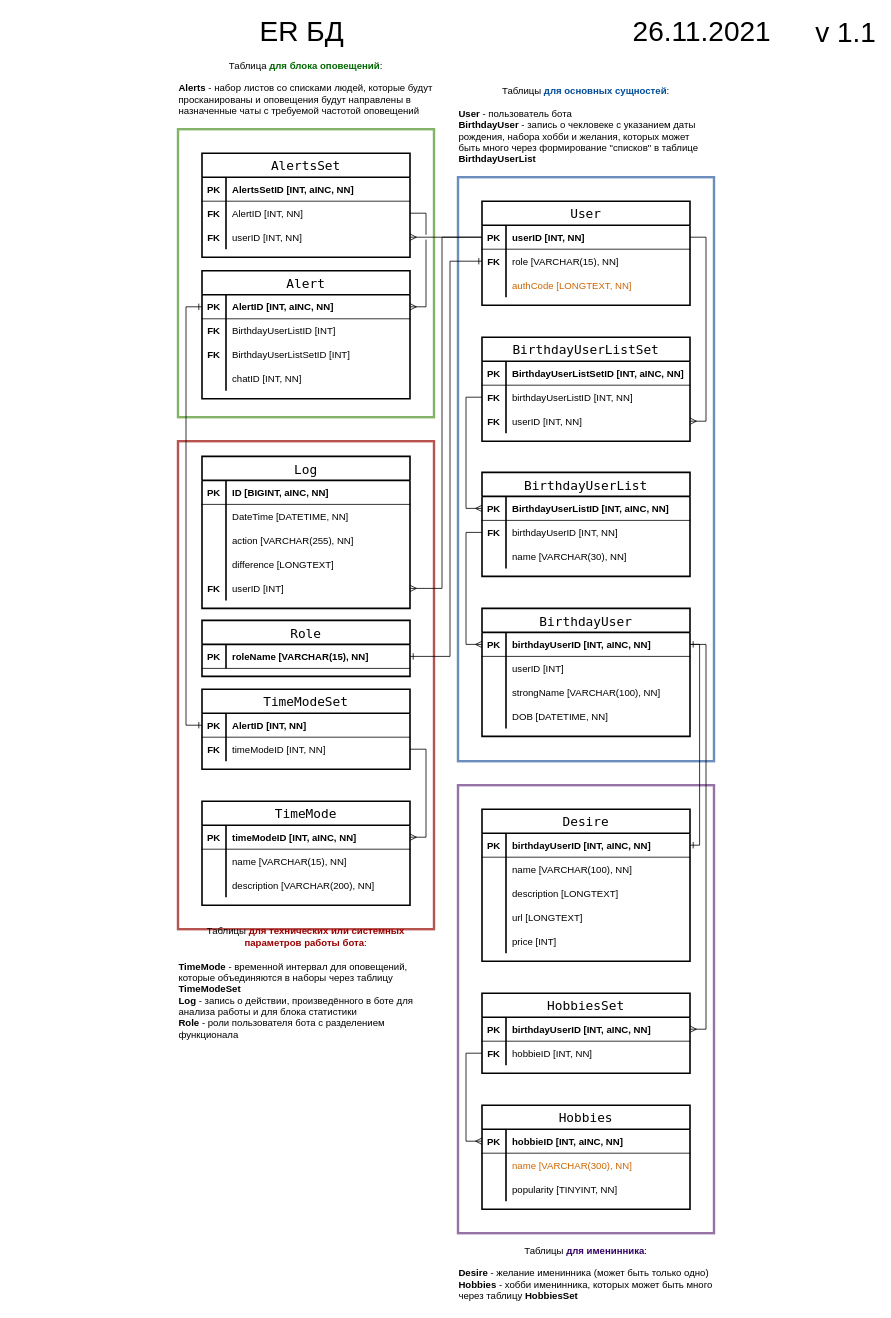
Above: page "4. ER (12.06.2022) v1.2" (5 of 7) of Проектирование/HBBot.drawio in EngSillyname/emsn_HBbot (draw.io), before the change. Source tidied: cells renumbered, new cells numbered last; positions are measured from the earlier drawing's top-left corner, leaving out a move shared by most shapes. Both pictures are drawn from the tidied source at 80%, with x=0, y=0 at pixel (-186, 14).
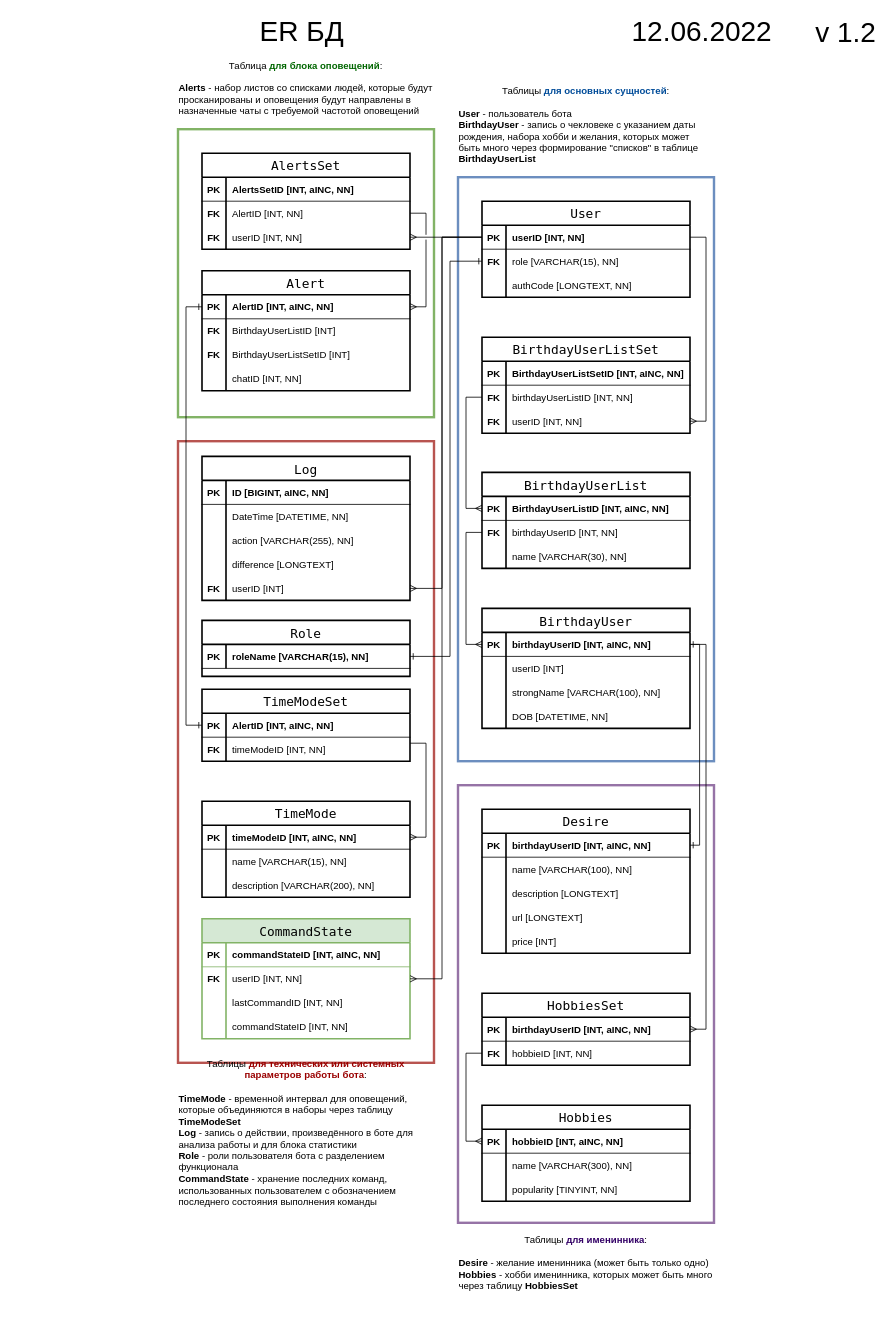
The same page after the edit.

Commit message (it also covers changes not shown here):
Правка документации для реализации хранения последних команд и состояний

The change refers to these unchanged cells:
```xml
<mxCell id="9" style="shape=partialRectangle;fillColor=none;top=0;left=0;bottom=1;right=0;points=[[0,0.5],[1,0.5]];portConstraint=eastwest;" parent="8" vertex="1">
  <mxGeometry y="30" width="260" height="30" as="geometry" />
</mxCell>
<mxCell id="15" style="shape=partialRectangle;fillColor=none;top=0;left=0;bottom=0;right=0;" parent="8" vertex="1">
  <mxGeometry y="90" width="260" height="30" as="geometry" />
</mxCell>
<mxCell id="67" style="shape=partialRectangle;fillColor=none;top=0;left=0;bottom=0;right=0;" parent="63" vertex="1">
  <mxGeometry y="60" width="260" height="30" as="geometry" />
</mxCell>
<mxCell id="79" style="shape=partialRectangle;fillColor=none;top=0;left=0;bottom=1;right=0;points=[[0,0.5],[1,0.5]];portConstraint=eastwest;" parent="78" vertex="1">
  <mxGeometry y="30" width="260" height="30" as="geometry" />
</mxCell>
```

The edit, as a diff of the source:
```diff
@@
     <mxCell id="2" style="rounded=0;whiteSpace=wrap;html=1;strokeWidth=3;strokeColor=#b85450;fillColor=none;" parent="1" vertex="1">
-      <mxGeometry x="454" y="533" width="320" height="610" as="geometry" />
+      <mxGeometry x="454" y="533" width="320" height="777" as="geometry" />
     </mxCell>
@@
     <mxCell id="4" style="rounded=0;whiteSpace=wrap;html=1;strokeWidth=3;strokeColor=#9673a6;fillColor=none;" parent="1" vertex="1">
-      <mxGeometry x="804" y="963" width="320" height="560" as="geometry" />
+      <mxGeometry x="804" y="963" width="320" height="547" as="geometry" />
     </mxCell>
@@
     <mxCell id="8" value="User" style="shape=table;startSize=30;childLayout=tableLayout;rowLines=0;fontStyle=0;align=center;strokeWidth=2;fontFamily=Lucida Console;fontSize=16;" parent="1" vertex="1">
-      <mxGeometry x="834" y="233" width="260" height="130" as="geometry" />
+      <mxGeometry x="834" y="233" width="260" height="120" as="geometry" />
     </mxCell>
@@
-    <mxCell id="17" value="authCode [LONGTEXT, NN]" style="shape=partialRectangle;fillColor=none;top=0;left=0;bottom=0;right=0;align=left;spacingLeft=6;overflow=hidden;fontColor=#CC6600;" parent="15" vertex="1">
+    <mxCell id="17" value="authCode [LONGTEXT, NN]" style="shape=partialRectangle;fillColor=none;top=0;left=0;bottom=0;right=0;align=left;spacingLeft=6;overflow=hidden;fontColor=default;" parent="15" vertex="1">
       <mxGeometry x="30" width="230" height="30" as="geometry" />
     </mxCell>
     <mxCell id="18" value="Desire" style="shape=table;startSize=30;childLayout=tableLayout;rowLines=0;fontStyle=0;align=center;strokeWidth=2;fontFamily=Lucida Console;fontSize=16;" parent="1" vertex="1">
-      <mxGeometry x="834" y="993" width="260" height="190" as="geometry" />
+      <mxGeometry x="834" y="993" width="260" height="180" as="geometry" />
     </mxCell>
@@
     <mxCell id="34" value="BirthdayUser" style="shape=table;startSize=30;childLayout=tableLayout;rowLines=0;fontStyle=0;align=center;strokeWidth=2;fontFamily=Lucida Console;fontSize=16;" parent="1" vertex="1">
-      <mxGeometry x="834" y="742" width="260" height="160" as="geometry" />
+      <mxGeometry x="834" y="742" width="260" height="150" as="geometry" />
     </mxCell>
@@
     <mxCell id="47" value="Log" style="shape=table;startSize=30;childLayout=tableLayout;rowLines=0;fontStyle=0;align=center;strokeWidth=2;fontFamily=Lucida Console;fontSize=16;" parent="1" vertex="1">
-      <mxGeometry x="484" y="552" width="260" height="190" as="geometry" />
+      <mxGeometry x="484" y="552" width="260" height="180" as="geometry" />
     </mxCell>
@@
     <mxCell id="63" value="Hobbies" style="shape=table;startSize=30;childLayout=tableLayout;rowLines=0;fontStyle=0;align=center;strokeWidth=2;fontFamily=Lucida Console;fontSize=16;" parent="1" vertex="1">
-      <mxGeometry x="834" y="1363" width="260" height="130" as="geometry" />
+      <mxGeometry x="834" y="1363" width="260" height="120" as="geometry" />
     </mxCell>
@@
-    <mxCell id="69" value="name [VARCHAR(300), NN]" style="shape=partialRectangle;fillColor=none;top=0;left=0;bottom=0;right=0;align=left;spacingLeft=6;overflow=hidden;fontStyle=0;fontColor=#CC6600;" parent="67" vertex="1">
+    <mxCell id="69" value="name [VARCHAR(300), NN]" style="shape=partialRectangle;fillColor=none;top=0;left=0;bottom=0;right=0;align=left;spacingLeft=6;overflow=hidden;fontStyle=0;fontColor=default;" parent="67" vertex="1">
       <mxGeometry x="30" width="230" height="30" as="geometry" />
     </mxCell>
@@
     <mxCell id="78" value="TimeModeSet" style="shape=table;startSize=30;childLayout=tableLayout;rowLines=0;fontStyle=0;align=center;strokeWidth=2;fontFamily=Lucida Console;fontSize=16;" parent="1" vertex="1">
-      <mxGeometry x="484" y="843" width="260" height="100" as="geometry" />
+      <mxGeometry x="484" y="843" width="260" height="90" as="geometry" />
     </mxCell>
@@
-    <mxCell id="81" value="AlertID [INT, NN]" style="shape=partialRectangle;fillColor=none;top=0;left=0;bottom=0;right=0;align=left;spacingLeft=6;fontStyle=1;overflow=hidden;" parent="79" vertex="1">
+    <mxCell id="81" value="AlertID [INT, aINC, NN]" style="shape=partialRectangle;fillColor=none;top=0;left=0;bottom=0;right=0;align=left;spacingLeft=6;fontStyle=1;overflow=hidden;" parent="79" vertex="1">
       <mxGeometry x="30" width="230" height="30" as="geometry" />
     </mxCell>
@@
     <mxCell id="85" value="HobbiesSet" style="shape=table;startSize=30;childLayout=tableLayout;rowLines=0;fontStyle=0;align=center;strokeWidth=2;fontFamily=Lucida Console;fontSize=16;" parent="1" vertex="1">
-      <mxGeometry x="834" y="1223" width="260" height="100" as="geometry" />
+      <mxGeometry x="834" y="1223" width="260" height="90" as="geometry" />
     </mxCell>
@@
     <mxCell id="92" value="BirthdayUserList" style="shape=table;startSize=30;childLayout=tableLayout;rowLines=0;fontStyle=0;align=center;strokeWidth=2;fontFamily=Lucida Console;fontSize=16;" parent="1" vertex="1">
-      <mxGeometry x="834" y="572" width="260" height="130" as="geometry" />
+      <mxGeometry x="834" y="572" width="260" height="120" as="geometry" />
     </mxCell>
@@
     <mxCell id="102" value="TimeMode" style="shape=table;startSize=30;childLayout=tableLayout;rowLines=0;fontStyle=0;align=center;strokeWidth=2;fontFamily=Lucida Console;fontSize=16;" parent="1" vertex="1">
-      <mxGeometry x="484" y="983" width="260" height="130" as="geometry" />
+      <mxGeometry x="484" y="983" width="260" height="120" as="geometry" />
     </mxCell>
@@
     <mxCell id="112" value="Alert" style="shape=table;startSize=30;childLayout=tableLayout;rowLines=0;fontStyle=0;align=center;strokeWidth=2;fontFamily=Lucida Console;fontSize=16;" parent="1" vertex="1">
-      <mxGeometry x="484" y="320" width="260" height="160" as="geometry" />
+      <mxGeometry x="484" y="320" width="260" height="150" as="geometry" />
     </mxCell>
@@
     <mxCell id="125" value="Таблицы &lt;font color=&quot;#330066&quot;&gt;&lt;b&gt;для именинника&lt;/b&gt;&lt;/font&gt;:&lt;br&gt;&lt;br&gt;&lt;div style=&quot;text-align: left&quot;&gt;&lt;b&gt;Desire &lt;/b&gt;&lt;span&gt;- желание именинника (может быть только одно)&lt;/span&gt;&lt;/div&gt;&lt;b&gt;&lt;div style=&quot;text-align: left&quot;&gt;&lt;b&gt;Hobbies&lt;/b&gt;&lt;span style=&quot;font-weight: normal&quot;&gt; - хобби именинника, которых может быть много через таблицу &lt;/span&gt;&lt;b&gt;HobbiesSet&lt;/b&gt;&lt;/div&gt;&lt;/b&gt;" style="text;html=1;strokeColor=none;fillColor=none;align=center;verticalAlign=middle;whiteSpace=wrap;rounded=0;fontFamily=XO Thames;" parent="1" vertex="1">
-      <mxGeometry x="804" y="1533" width="320" height="80" as="geometry" />
+      <mxGeometry x="804" y="1520" width="320" height="80" as="geometry" />
     </mxCell>
@@
-    <mxCell id="127" value="Таблицы &lt;b&gt;&lt;font color=&quot;#990000&quot;&gt;для технических или системных параметров работы бота&lt;/font&gt;&lt;/b&gt;:&lt;br&gt;&lt;br&gt;&lt;div style=&quot;text-align: left&quot;&gt;&lt;b&gt;TimeMode&amp;nbsp;&lt;/b&gt;- временной интервал для оповещений, которые объединяются в наборы через таблицу &lt;b&gt;TimeModeSet&lt;/b&gt;&lt;/div&gt;&lt;div style=&quot;font-weight: bold ; text-align: left&quot;&gt;&lt;b&gt;Log&lt;/b&gt;&lt;span style=&quot;font-weight: normal&quot;&gt; - запись о действии, произведённого в боте для анализа работы и для блока статистики&lt;/span&gt;&lt;/div&gt;&lt;div style=&quot;text-align: left&quot;&gt;&lt;b&gt;Role &lt;/b&gt;-&lt;b&gt;&amp;nbsp;&lt;/b&gt;роли пользователя бота с разделением функционала&lt;/div&gt;&lt;div style=&quot;text-align: left&quot;&gt;&lt;br&gt;&lt;/div&gt;" style="text;html=1;strokeColor=none;fillColor=none;align=center;verticalAlign=middle;whiteSpace=wrap;rounded=0;fontFamily=XO Thames;" parent="1" vertex="1">
-      <mxGeometry x="454" y="1153" width="320" height="130" as="geometry" />
+    <mxCell id="127" value="Таблицы &lt;b&gt;&lt;font color=&quot;#990000&quot;&gt;для технических или системных параметров работы бота&lt;/font&gt;&lt;/b&gt;:&lt;br&gt;&lt;br&gt;&lt;div style=&quot;text-align: left&quot;&gt;&lt;b&gt;TimeMode&amp;nbsp;&lt;/b&gt;- временной интервал для оповещений, которые объединяются в наборы через таблицу &lt;b&gt;TimeModeSet&lt;/b&gt;&lt;/div&gt;&lt;div style=&quot;font-weight: bold ; text-align: left&quot;&gt;&lt;b&gt;Log&lt;/b&gt;&lt;span style=&quot;font-weight: normal&quot;&gt; - запись о действии, произведённого в боте для анализа работы и для блока статистики&lt;/span&gt;&lt;/div&gt;&lt;div style=&quot;text-align: left&quot;&gt;&lt;b&gt;Role &lt;/b&gt;-&lt;b&gt;&amp;nbsp;&lt;/b&gt;роли пользователя бота с разделением функционала&lt;/div&gt;&lt;div style=&quot;text-align: left&quot;&gt;&lt;b&gt;CommandState&lt;/b&gt; - хранение последних команд, использованных пользователем с обозначением последнего состояния выполнения команды&lt;/div&gt;&lt;div style=&quot;text-align: left&quot;&gt;&lt;br&gt;&lt;/div&gt;" style="text;html=1;strokeColor=none;fillColor=none;align=center;verticalAlign=middle;whiteSpace=wrap;rounded=0;fontFamily=XO Thames;" parent="1" vertex="1">
+      <mxGeometry x="454" y="1320" width="320" height="170" as="geometry" />
     </mxCell>
@@
-    <mxCell id="129" value="v 1.1" style="text;html=1;strokeColor=none;fillColor=none;align=center;verticalAlign=middle;whiteSpace=wrap;rounded=0;fontFamily=XO Thames;fontSize=35;" parent="1" vertex="1">
+    <mxCell id="129" value="v 1.2" style="text;html=1;strokeColor=none;fillColor=none;align=center;verticalAlign=middle;whiteSpace=wrap;rounded=0;fontFamily=XO Thames;fontSize=35;" parent="1" vertex="1">
       <mxGeometry x="1249" y="1" width="80" height="40" as="geometry" />
     </mxCell>
-    <mxCell id="130" value="26.11.2021" style="text;html=1;strokeColor=none;fillColor=none;align=center;verticalAlign=middle;whiteSpace=wrap;rounded=0;fontFamily=XO Thames;fontSize=35;" parent="1" vertex="1">
+    <mxCell id="130" value="12.06.2022" style="text;html=1;strokeColor=none;fillColor=none;align=center;verticalAlign=middle;whiteSpace=wrap;rounded=0;fontFamily=XO Thames;fontSize=35;" parent="1" vertex="1">
       <mxGeometry x="1029" width="160" height="40" as="geometry" />
     </mxCell>
     <mxCell id="131" value="BirthdayUserListSet" style="shape=table;startSize=30;childLayout=tableLayout;rowLines=0;fontStyle=0;align=center;strokeWidth=2;fontFamily=Lucida Console;fontSize=16;" parent="1" vertex="1">
-      <mxGeometry x="834" y="403" width="260" height="130" as="geometry" />
+      <mxGeometry x="834" y="403" width="260" height="120" as="geometry" />
     </mxCell>
@@
     <mxCell id="141" value="AlertsSet" style="shape=table;startSize=30;childLayout=tableLayout;rowLines=0;fontStyle=0;align=center;strokeWidth=2;fontFamily=Lucida Console;fontSize=16;" parent="1" vertex="1">
-      <mxGeometry x="484" y="173" width="260" height="130" as="geometry" />
+      <mxGeometry x="484" y="173" width="260" height="120" as="geometry" />
     </mxCell>
@@
+    <mxCell id="162" value="CommandState" style="shape=table;startSize=30;childLayout=tableLayout;rowLines=0;fontStyle=0;align=center;strokeWidth=2;fontFamily=Lucida Console;fontSize=16;fillColor=#d5e8d4;strokeColor=#82b366;" parent="1" vertex="1">
+      <mxGeometry x="484" y="1130" width="260" height="150" as="geometry" />
+    </mxCell>
+    <mxCell id="163" style="shape=partialRectangle;fillColor=none;top=0;left=0;bottom=1;right=0;strokeColor=#82b366;" parent="162" vertex="1">
+      <mxGeometry y="30" width="260" height="30" as="geometry" />
+    </mxCell>
+    <mxCell id="164" value="PK" style="shape=partialRectangle;fillColor=none;top=0;left=0;bottom=0;right=0;fontStyle=1;overflow=hidden;strokeColor=#82b366;" parent="163" vertex="1">
+      <mxGeometry width="30" height="30" as="geometry" />
+    </mxCell>
+    <mxCell id="165" value="commandStateID [INT, aINC, NN]" style="shape=partialRectangle;fillColor=none;top=0;left=0;bottom=0;right=0;align=left;spacingLeft=6;fontStyle=1;overflow=hidden;strokeColor=#82b366;" parent="163" vertex="1">
+      <mxGeometry x="30" width="230" height="30" as="geometry" />
+    </mxCell>
+    <mxCell id="166" style="shape=partialRectangle;fillColor=none;top=0;left=0;bottom=0;right=0;points=[[0,0.5],[1,0.5]];portConstraint=eastwest;strokeColor=#82b366;" parent="162" vertex="1">
+      <mxGeometry y="60" width="260" height="30" as="geometry" />
+    </mxCell>
+    <mxCell id="167" value="FK" style="shape=partialRectangle;fillColor=none;top=0;left=0;bottom=0;right=0;overflow=hidden;fontStyle=1;strokeColor=#82b366;" parent="166" vertex="1">
+      <mxGeometry width="30" height="30" as="geometry" />
+    </mxCell>
+    <mxCell id="168" value="userID [INT, NN]" style="shape=partialRectangle;fillColor=none;top=0;left=0;bottom=0;right=0;align=left;spacingLeft=6;overflow=hidden;fontStyle=0;strokeColor=#82b366;" parent="166" vertex="1">
+      <mxGeometry x="30" width="230" height="30" as="geometry" />
+    </mxCell>
+    <mxCell id="169" style="shape=partialRectangle;fillColor=none;top=0;left=0;bottom=0;right=0;strokeColor=#82b366;" parent="162" vertex="1">
+      <mxGeometry y="90" width="260" height="30" as="geometry" />
+    </mxCell>
+    <mxCell id="170" style="shape=partialRectangle;fillColor=none;top=0;left=0;bottom=0;right=0;overflow=hidden;strokeColor=#82b366;" parent="169" vertex="1">
+      <mxGeometry width="30" height="30" as="geometry" />
+    </mxCell>
+    <mxCell id="171" value="lastCommandID [INT, NN]" style="shape=partialRectangle;fillColor=none;top=0;left=0;bottom=0;right=0;align=left;spacingLeft=6;overflow=hidden;strokeColor=#82b366;" parent="169" vertex="1">
+      <mxGeometry x="30" width="230" height="30" as="geometry" />
+    </mxCell>
+    <mxCell id="172" style="shape=partialRectangle;fillColor=none;top=0;left=0;bottom=0;right=0;strokeColor=#82b366;" parent="162" vertex="1">
+      <mxGeometry y="120" width="260" height="30" as="geometry" />
+    </mxCell>
+    <mxCell id="173" style="shape=partialRectangle;fillColor=none;top=0;left=0;bottom=0;right=0;overflow=hidden;strokeColor=#82b366;" parent="172" vertex="1">
+      <mxGeometry width="30" height="30" as="geometry" />
+    </mxCell>
+    <mxCell id="174" value="commandStateID [INT, NN]" style="shape=partialRectangle;fillColor=none;top=0;left=0;bottom=0;right=0;align=left;spacingLeft=6;overflow=hidden;strokeColor=#82b366;" parent="172" vertex="1">
+      <mxGeometry x="30" width="230" height="30" as="geometry" />
+    </mxCell>
+    <mxCell id="175" style="edgeStyle=orthogonalEdgeStyle;rounded=0;jettySize=auto;html=1;exitX=0;exitY=0.5;exitDx=0;exitDy=0;entryX=1;entryY=0.5;entryDx=0;entryDy=0;fontColor=default;endArrow=ERmany;startArrow=none;startFill=0;endFill=0;" parent="1" edge="1" source="9" target="166">
+      <mxGeometry relative="1" as="geometry">
+        <Array as="points">
+          <mxPoint x="784" y="278" />
+          <mxPoint x="784" y="1205" />
+        </Array>
+      </mxGeometry>
+    </mxCell>
```
